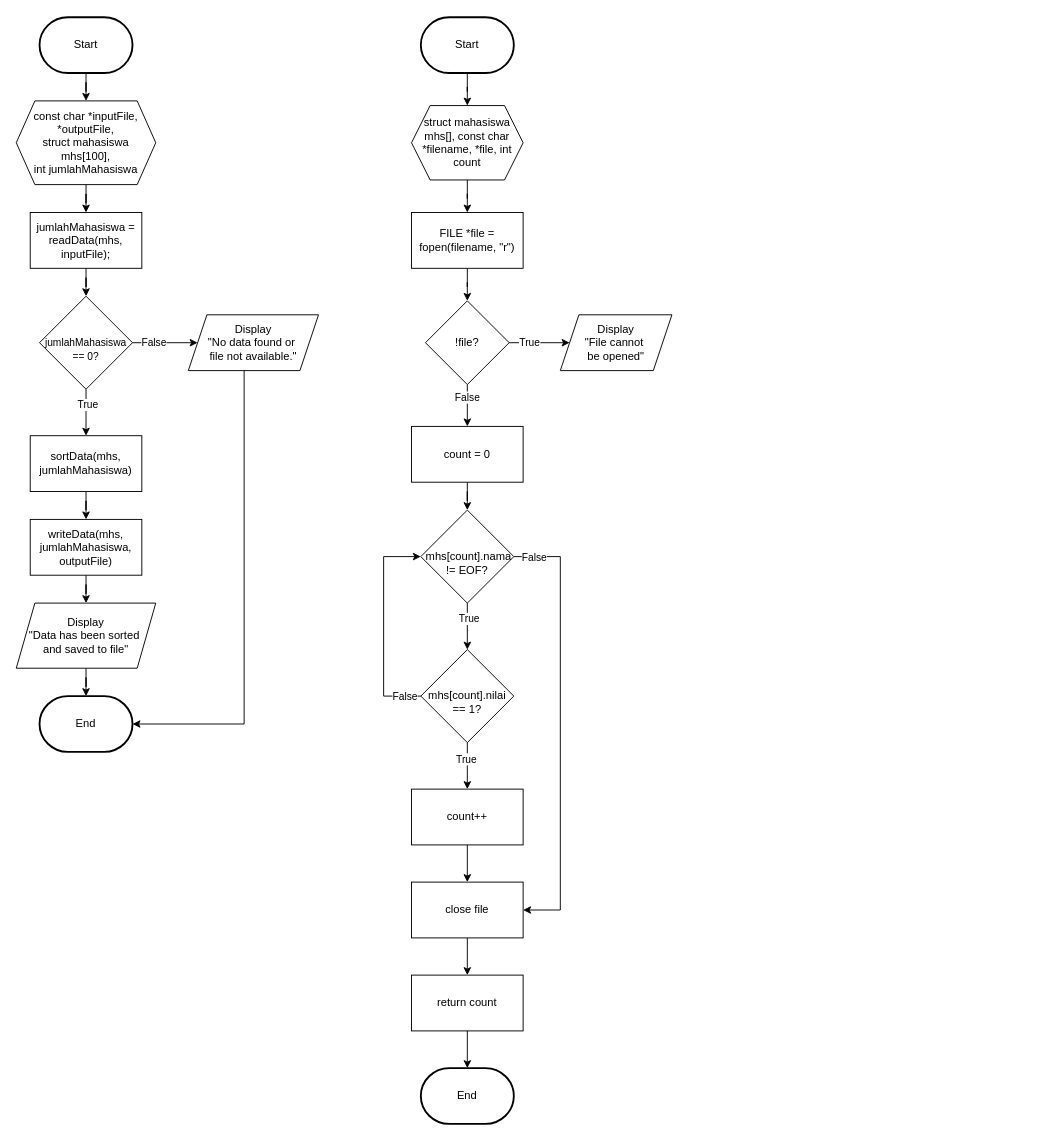
Above: modul 4.drawio in elikawicaksana/BuildIT_BasisData (draw.io), before the change. Source tidied: cells renumbered, new cells numbered last; positions are measured from the earlier drawing's top-left corner, leaving out a move shared by most shapes. Both pictures are drawn from the tidied source at 93%, with x=0, y=0 at pixel (16, 17).
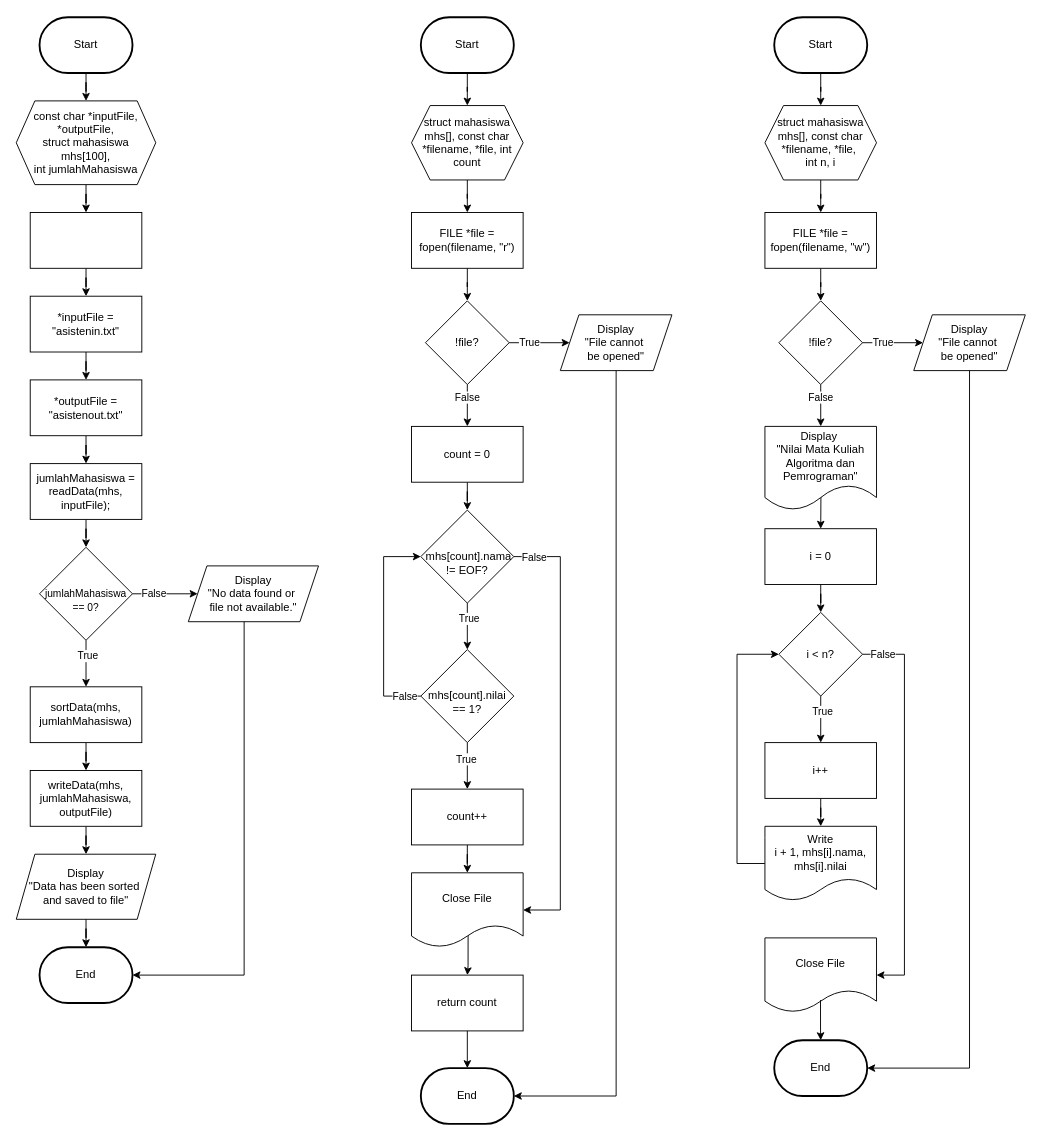
After the change.

Unchanged cells that the change refers to:
```xml
<mxCell id="20" value="&lt;div&gt;const char *inputFile, *outputFile,&lt;br&gt;&lt;/div&gt;struct mahasiswa mhs[100],&lt;div&gt;int jumlahMahasiswa&lt;/div&gt;" style="shape=hexagon;perimeter=hexagonPerimeter2;whiteSpace=wrap;html=1;fixedSize=1;" parent="1" vertex="1">
  <mxGeometry y="90" width="150" height="90" as="geometry" />
</mxCell>
<mxCell id="33" value="Display&lt;div&gt;&quot;File cannot&amp;nbsp;&lt;/div&gt;&lt;div&gt;be opened&quot;&lt;/div&gt;" style="shape=parallelogram;perimeter=parallelogramPerimeter;whiteSpace=wrap;html=1;fixedSize=1;" parent="1" vertex="1">
  <mxGeometry x="585" y="320" width="120" height="60" as="geometry" />
</mxCell>
<mxCell id="38" value="&lt;div&gt;&lt;br&gt;&lt;/div&gt;&amp;nbsp;mhs[count].&lt;span style=&quot;background-color: initial; color: rgb(0, 0, 0); --darkreader-inline-bgcolor: initial; --darkreader-inline-color: #e8e6e3;&quot;&gt;nama != EOF?&lt;/span&gt;" style="rhombus;whiteSpace=wrap;html=1;" parent="1" vertex="1">
  <mxGeometry x="435" y="530" width="100" height="100" as="geometry" />
</mxCell>
<mxCell id="44" value="End" style="strokeWidth=2;html=1;shape=mxgraph.flowchart.terminator;whiteSpace=wrap;" parent="1" vertex="1">
  <mxGeometry x="435" y="1130" width="100" height="60" as="geometry" />
</mxCell>
<mxCell id="48" value="count++" style="rounded=0;whiteSpace=wrap;html=1;" parent="1" vertex="1">
  <mxGeometry x="425" y="830" width="120" height="60" as="geometry" />
</mxCell>
<mxCell id="49" value="return count" style="rounded=0;whiteSpace=wrap;html=1;" parent="1" vertex="1">
  <mxGeometry x="425" y="1030" width="120" height="60" as="geometry" />
</mxCell>
```

The edit, as a diff of the source:
```diff
@@
     <mxCell id="5" value="jumlahMahasiswa = readData(mhs, inputFile);" style="rounded=0;whiteSpace=wrap;html=1;" parent="1" vertex="1">
-      <mxGeometry x="15" y="210" width="120" height="60" as="geometry" />
+      <mxGeometry x="15" y="480" width="120" height="60" as="geometry" />
     </mxCell>
@@
     <mxCell id="10" value="&lt;div&gt;&lt;font style=&quot;font-size: 11px;&quot;&gt;&lt;br&gt;&lt;/font&gt;&lt;/div&gt;&lt;font style=&quot;font-size: 11px;&quot;&gt;jumlahMahasiswa&lt;/font&gt;&lt;div&gt;&lt;span style=&quot;font-size: 11px; background-color: initial; color: rgb(0, 0, 0); --darkreader-inline-bgcolor: initial; --darkreader-inline-color: #e8e6e3;&quot;&gt;== 0?&lt;/span&gt;&lt;/div&gt;" style="rhombus;whiteSpace=wrap;html=1;" parent="1" vertex="1">
-      <mxGeometry x="25" y="300" width="100" height="100" as="geometry" />
+      <mxGeometry x="25" y="570" width="100" height="100" as="geometry" />
     </mxCell>
     <mxCell id="11" value="Display&lt;div&gt;&quot;No data found or&amp;nbsp;&lt;/div&gt;&lt;div&gt;file not available.&quot;&lt;/div&gt;" style="shape=parallelogram;perimeter=parallelogramPerimeter;whiteSpace=wrap;html=1;fixedSize=1;" parent="1" vertex="1">
-      <mxGeometry x="185" y="320" width="140" height="60" as="geometry" />
+      <mxGeometry x="185" y="590" width="140" height="60" as="geometry" />
     </mxCell>
     <mxCell id="12" value="End" style="strokeWidth=2;html=1;shape=mxgraph.flowchart.terminator;whiteSpace=wrap;" parent="1" vertex="1">
-      <mxGeometry x="25" y="730" width="100" height="60" as="geometry" />
+      <mxGeometry x="25" y="1000" width="100" height="60" as="geometry" />
     </mxCell>
     <mxCell id="13" style="edgeStyle=orthogonalEdgeStyle;rounded=0;jettySize=auto;html=1;entryX=1;entryY=0.5;entryDx=0;entryDy=0;entryPerimeter=0;" parent="1" edge="1" source="11" target="12">
       <mxGeometry relative="1" as="geometry">
         <Array as="points">
-          <mxPoint x="245" y="760" />
+          <mxPoint x="245" y="1030" />
         </Array>
       </mxGeometry>
     </mxCell>
@@
     <mxCell id="15" value="sortData(mhs, jumlahMahasiswa)" style="rounded=0;whiteSpace=wrap;html=1;" parent="1" vertex="1">
-      <mxGeometry x="15" y="450" width="120" height="60" as="geometry" />
+      <mxGeometry x="15" y="720" width="120" height="60" as="geometry" />
     </mxCell>
@@
     <mxCell id="17" value="writeData(mhs, jumlahMahasiswa, outputFile)" style="rounded=0;whiteSpace=wrap;html=1;" parent="1" vertex="1">
-      <mxGeometry x="15" y="540" width="120" height="60" as="geometry" />
+      <mxGeometry x="15" y="810" width="120" height="60" as="geometry" />
     </mxCell>
     <mxCell id="18" value="Display&lt;div&gt;&quot;Data has been sorted&amp;nbsp;&lt;/div&gt;&lt;div&gt;and saved to file&quot;&lt;/div&gt;" style="shape=parallelogram;perimeter=parallelogramPerimeter;whiteSpace=wrap;html=1;fixedSize=1;" parent="1" vertex="1">
-      <mxGeometry y="630" width="150" height="70" as="geometry" />
+      <mxGeometry y="900" width="150" height="70" as="geometry" />
     </mxCell>
-    <mxCell id="19" style="edgeStyle=orthogonalEdgeStyle;rounded=0;jettySize=auto;html=1;entryX=0.5;entryY=0;entryDx=0;entryDy=0;" parent="1" edge="1" source="20" target="5">
-      <mxGeometry relative="1" as="geometry" />
-    </mxCell>
+    <mxCell id="53" style="edgeStyle=orthogonalEdgeStyle;rounded=0;jettySize=auto;html=1;entryX=0.5;entryY=0;entryDx=0;entryDy=0;" parent="1" edge="1" source="20" target="86">
+      <mxGeometry relative="1" as="geometry" />
+    </mxCell>
@@
-    <mxCell id="45" style="edgeStyle=orthogonalEdgeStyle;rounded=0;jettySize=auto;html=1;entryX=1;entryY=0.5;entryDx=0;entryDy=0;" parent="1" edge="1" source="38" target="52">
+    <mxCell id="45" style="edgeStyle=orthogonalEdgeStyle;rounded=0;jettySize=auto;html=1;entryX=1;entryY=0.5;entryDx=0;entryDy=0;" parent="1" edge="1" source="38">
       <mxGeometry relative="1" as="geometry">
+        <mxPoint x="545" y="960" as="targetPoint" />
         <Array as="points">
           <mxPoint x="585" y="580" />
           <mxPoint x="585" y="960" />
         </Array>
       </mxGeometry>
     </mxCell>
@@
-    <mxCell id="47" style="edgeStyle=orthogonalEdgeStyle;rounded=0;jettySize=auto;html=1;entryX=0.5;entryY=0;entryDx=0;entryDy=0;" parent="1" edge="1" source="48" target="52">
+    <mxCell id="47" style="edgeStyle=orthogonalEdgeStyle;rounded=0;jettySize=auto;html=1;entryX=0.5;entryY=0;entryDx=0;entryDy=0;" parent="1" edge="1" source="48" target="80">
       <mxGeometry relative="1" as="geometry" />
     </mxCell>
@@
-    <mxCell id="51" style="edgeStyle=orthogonalEdgeStyle;rounded=0;jettySize=auto;html=1;entryX=0.5;entryY=0;entryDx=0;entryDy=0;" parent="1" edge="1" source="52" target="49">
+    <mxCell id="51" style="edgeStyle=orthogonalEdgeStyle;rounded=0;jettySize=auto;html=1;entryX=0.5;entryY=0;entryDx=0;entryDy=0;exitX=0.507;exitY=0.817;exitDx=0;exitDy=0;exitPerimeter=0;" parent="1" edge="1" source="80" target="49">
       <mxGeometry relative="1" as="geometry" />
     </mxCell>
-    <mxCell id="52" value="close file" style="rounded=0;whiteSpace=wrap;html=1;" parent="1" vertex="1">
-      <mxGeometry x="425" y="930" width="120" height="60" as="geometry" />
-    </mxCell>
+    <mxCell id="54" style="edgeStyle=orthogonalEdgeStyle;rounded=0;jettySize=auto;html=1;entryX=0.5;entryY=0;entryDx=0;entryDy=0;" parent="1" edge="1" source="55" target="58">
+      <mxGeometry relative="1" as="geometry" />
+    </mxCell>
+    <mxCell id="55" value="Start" style="strokeWidth=2;html=1;shape=mxgraph.flowchart.terminator;whiteSpace=wrap;" parent="1" vertex="1">
+      <mxGeometry x="815" width="100" height="60" as="geometry" />
+    </mxCell>
+    <mxCell id="56" style="edgeStyle=orthogonalEdgeStyle;rounded=0;jettySize=auto;html=1;entryX=1;entryY=0.5;entryDx=0;entryDy=0;entryPerimeter=0;" parent="1" edge="1" source="33" target="44">
+      <mxGeometry relative="1" as="geometry">
+        <Array as="points">
+          <mxPoint x="645" y="1160" />
+        </Array>
+      </mxGeometry>
+    </mxCell>
+    <mxCell id="57" style="edgeStyle=orthogonalEdgeStyle;rounded=0;jettySize=auto;html=1;entryX=0.5;entryY=0;entryDx=0;entryDy=0;" parent="1" edge="1" source="58" target="60">
+      <mxGeometry relative="1" as="geometry" />
+    </mxCell>
+    <mxCell id="58" value="struct&amp;nbsp;mahasiswa mhs[], const char *filename, *file,&amp;nbsp;&lt;div&gt;int n, i&lt;/div&gt;" style="shape=hexagon;perimeter=hexagonPerimeter2;whiteSpace=wrap;html=1;fixedSize=1;" parent="1" vertex="1">
+      <mxGeometry x="805" y="95" width="120" height="80" as="geometry" />
+    </mxCell>
+    <mxCell id="59" style="edgeStyle=orthogonalEdgeStyle;rounded=0;jettySize=auto;html=1;entryX=0.5;entryY=0;entryDx=0;entryDy=0;" parent="1" edge="1" source="60" target="61">
+      <mxGeometry relative="1" as="geometry" />
+    </mxCell>
+    <mxCell id="60" value="FILE *file = fopen(filename, &quot;w&quot;)" style="rounded=0;whiteSpace=wrap;html=1;" parent="1" vertex="1">
+      <mxGeometry x="805" y="210" width="120" height="60" as="geometry" />
+    </mxCell>
+    <mxCell id="61" value="!file?" style="rhombus;whiteSpace=wrap;html=1;" parent="1" vertex="1">
+      <mxGeometry x="820" y="305" width="90" height="90" as="geometry" />
+    </mxCell>
+    <mxCell id="62" style="edgeStyle=orthogonalEdgeStyle;rounded=0;jettySize=auto;html=1;entryX=0;entryY=0.5;entryDx=0;entryDy=0;exitX=1;exitY=0.5;exitDx=0;exitDy=0;" parent="1" edge="1" source="61" target="66">
+      <mxGeometry relative="1" as="geometry" />
+    </mxCell>
+    <mxCell id="63" value="True" style="edgeLabel;html=1;align=center;verticalAlign=middle;" parent="62" vertex="1">
+      <mxGeometry x="-0.35" y="1" relative="1" as="geometry" />
+    </mxCell>
+    <mxCell id="64" style="edgeStyle=orthogonalEdgeStyle;rounded=0;jettySize=auto;html=1;entryX=0.5;entryY=0;entryDx=0;entryDy=0;exitX=0.5;exitY=1;exitDx=0;exitDy=0;" parent="1" edge="1" source="61" target="68">
+      <mxGeometry relative="1" as="geometry" />
+    </mxCell>
+    <mxCell id="65" value="False" style="edgeLabel;html=1;align=center;verticalAlign=middle;" parent="64" vertex="1">
+      <mxGeometry x="-0.41" y="-1" relative="1" as="geometry" />
+    </mxCell>
+    <mxCell id="66" value="Display&lt;div&gt;&quot;File cannot&amp;nbsp;&lt;/div&gt;&lt;div&gt;be opened&quot;&lt;/div&gt;" style="shape=parallelogram;perimeter=parallelogramPerimeter;whiteSpace=wrap;html=1;fixedSize=1;" parent="1" vertex="1">
+      <mxGeometry x="965" y="320" width="120" height="60" as="geometry" />
+    </mxCell>
+    <mxCell id="67" style="edgeStyle=orthogonalEdgeStyle;rounded=0;jettySize=auto;html=1;exitX=0.502;exitY=0.809;exitDx=0;exitDy=0;exitPerimeter=0;entryX=0.5;entryY=0;entryDx=0;entryDy=0;" parent="1" edge="1" source="68" target="70">
+      <mxGeometry relative="1" as="geometry" />
+    </mxCell>
+    <mxCell id="68" value="Display&amp;nbsp;&lt;div&gt;&quot;Nilai Mata Kuliah Algoritma dan Pemrograman&quot;&lt;/div&gt;" style="shape=document;whiteSpace=wrap;html=1;boundedLbl=1;" parent="1" vertex="1">
+      <mxGeometry x="805" y="440" width="120" height="90" as="geometry" />
+    </mxCell>
+    <mxCell id="69" style="edgeStyle=orthogonalEdgeStyle;rounded=0;jettySize=auto;html=1;entryX=0.5;entryY=0;entryDx=0;entryDy=0;" parent="1" edge="1" source="70" target="75">
+      <mxGeometry relative="1" as="geometry" />
+    </mxCell>
+    <mxCell id="70" value="i = 0" style="rounded=0;whiteSpace=wrap;html=1;" parent="1" vertex="1">
+      <mxGeometry x="805" y="550" width="120" height="60" as="geometry" />
+    </mxCell>
+    <mxCell id="71" style="edgeStyle=orthogonalEdgeStyle;rounded=0;jettySize=auto;html=1;" parent="1" edge="1" source="75" target="77">
+      <mxGeometry relative="1" as="geometry" />
+    </mxCell>
+    <mxCell id="72" value="True" style="edgeLabel;html=1;align=center;verticalAlign=middle;" parent="71" vertex="1">
+      <mxGeometry x="-0.37" y="1" relative="1" as="geometry" />
+    </mxCell>
+    <mxCell id="73" style="edgeStyle=orthogonalEdgeStyle;rounded=0;jettySize=auto;html=1;entryX=1;entryY=0.5;entryDx=0;entryDy=0;" parent="1" edge="1" source="75" target="81">
+      <mxGeometry relative="1" as="geometry">
+        <Array as="points">
+          <mxPoint x="955" y="685" />
+          <mxPoint x="955" y="1030" />
+        </Array>
+      </mxGeometry>
+    </mxCell>
+    <mxCell id="74" value="False" style="edgeLabel;html=1;align=center;verticalAlign=middle;" parent="73" vertex="1">
+      <mxGeometry x="-0.9" y="1" relative="1" as="geometry" />
+    </mxCell>
+    <mxCell id="75" value="i &amp;lt; n?" style="rhombus;whiteSpace=wrap;html=1;" parent="1" vertex="1">
+      <mxGeometry x="820" y="640" width="90" height="90" as="geometry" />
+    </mxCell>
+    <mxCell id="76" style="edgeStyle=orthogonalEdgeStyle;rounded=0;jettySize=auto;html=1;entryX=0.5;entryY=0;entryDx=0;entryDy=0;" parent="1" edge="1" source="77" target="79">
+      <mxGeometry relative="1" as="geometry" />
+    </mxCell>
+    <mxCell id="77" value="i++" style="rounded=0;whiteSpace=wrap;html=1;" parent="1" vertex="1">
+      <mxGeometry x="805" y="780" width="120" height="60" as="geometry" />
+    </mxCell>
+    <mxCell id="78" style="edgeStyle=orthogonalEdgeStyle;rounded=0;jettySize=auto;html=1;entryX=0;entryY=0.5;entryDx=0;entryDy=0;" parent="1" edge="1" source="79" target="75">
+      <mxGeometry relative="1" as="geometry">
+        <Array as="points">
+          <mxPoint x="775" y="910" />
+          <mxPoint x="775" y="685" />
+        </Array>
+      </mxGeometry>
+    </mxCell>
+    <mxCell id="79" value="&lt;div&gt;Write&lt;/div&gt;i + 1, mhs[i].nama, mhs[i].nilai" style="shape=document;whiteSpace=wrap;html=1;boundedLbl=1;" parent="1" vertex="1">
+      <mxGeometry x="805" y="870" width="120" height="80" as="geometry" />
+    </mxCell>
+    <mxCell id="80" value="Close File" style="shape=document;whiteSpace=wrap;html=1;boundedLbl=1;" parent="1" vertex="1">
+      <mxGeometry x="425" y="920" width="120" height="80" as="geometry" />
+    </mxCell>
+    <mxCell id="81" value="Close File&lt;div&gt;&lt;/div&gt;" style="shape=document;whiteSpace=wrap;html=1;boundedLbl=1;" parent="1" vertex="1">
+      <mxGeometry x="805" y="990" width="120" height="80" as="geometry" />
+    </mxCell>
+    <mxCell id="82" value="End" style="strokeWidth=2;html=1;shape=mxgraph.flowchart.terminator;whiteSpace=wrap;" parent="1" vertex="1">
+      <mxGeometry x="815" y="1100" width="100" height="60" as="geometry" />
+    </mxCell>
+    <mxCell id="83" style="edgeStyle=orthogonalEdgeStyle;rounded=0;jettySize=auto;html=1;entryX=0.5;entryY=0;entryDx=0;entryDy=0;entryPerimeter=0;exitX=0.498;exitY=0.836;exitDx=0;exitDy=0;exitPerimeter=0;" parent="1" edge="1" source="81" target="82">
+      <mxGeometry relative="1" as="geometry" />
+    </mxCell>
+    <mxCell id="84" style="edgeStyle=orthogonalEdgeStyle;rounded=0;jettySize=auto;html=1;entryX=1;entryY=0.5;entryDx=0;entryDy=0;entryPerimeter=0;exitX=0.5;exitY=1;exitDx=0;exitDy=0;" parent="1" edge="1" source="66" target="82">
+      <mxGeometry relative="1" as="geometry">
+        <Array as="points">
+          <mxPoint x="1025" y="1130" />
+        </Array>
+      </mxGeometry>
+    </mxCell>
+    <mxCell id="85" style="edgeStyle=orthogonalEdgeStyle;rounded=0;jettySize=auto;html=1;entryX=0.5;entryY=0;entryDx=0;entryDy=0;" parent="1" edge="1" source="86" target="88">
+      <mxGeometry relative="1" as="geometry" />
+    </mxCell>
+    <mxCell id="86" style="rounded=0;whiteSpace=wrap;html=1;" parent="1" vertex="1">
+      <mxGeometry x="15" y="210" width="120" height="60" as="geometry" />
+    </mxCell>
+    <mxCell id="87" style="edgeStyle=orthogonalEdgeStyle;rounded=0;jettySize=auto;html=1;entryX=0.5;entryY=0;entryDx=0;entryDy=0;" parent="1" edge="1" source="88" target="90">
+      <mxGeometry relative="1" as="geometry" />
+    </mxCell>
+    <mxCell id="88" value="*inputFile = &quot;asistenin.txt&quot;" style="rounded=0;whiteSpace=wrap;html=1;" parent="1" vertex="1">
+      <mxGeometry x="15" y="300" width="120" height="60" as="geometry" />
+    </mxCell>
+    <mxCell id="89" style="edgeStyle=orthogonalEdgeStyle;rounded=0;jettySize=auto;html=1;entryX=0.5;entryY=0;entryDx=0;entryDy=0;" parent="1" edge="1" source="90" target="5">
+      <mxGeometry relative="1" as="geometry" />
+    </mxCell>
+    <mxCell id="90" value="*outputFile = &quot;asistenout.txt&quot;" style="rounded=0;whiteSpace=wrap;html=1;" parent="1" vertex="1">
+      <mxGeometry x="15" y="390" width="120" height="60" as="geometry" />
+    </mxCell>
```
